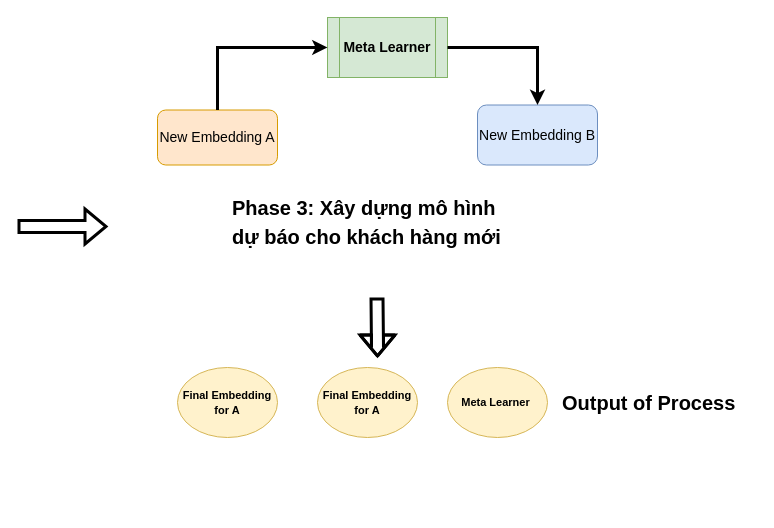
This is page "Page-3" (3 of 3) of VDT.drawio from minhkks/Mini_Project_VDT, a draw.io file, before an edit. Source tidied: cells renumbered, new cells numbered last; positions are measured from the earlier drawing's top-left corner, leaving out a move shared by most shapes. Both pictures are drawn from the tidied source at 100%, with x=0, y=0 at pixel (17, 17).
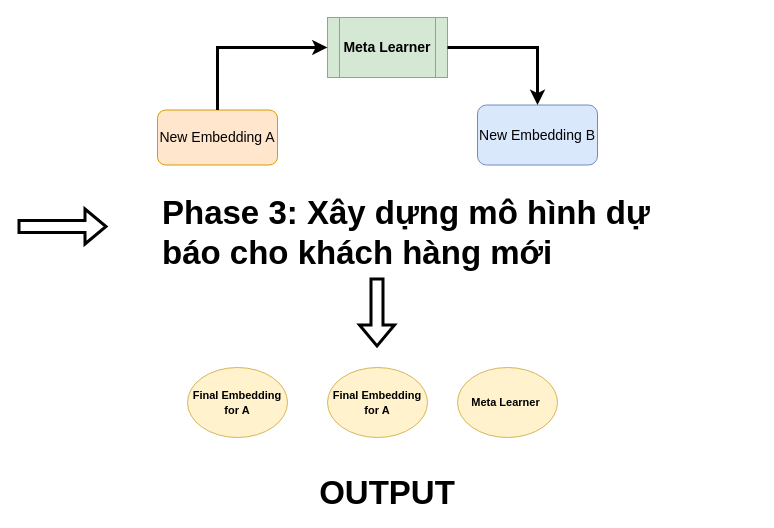
After the change.

What changed in the source:
```diff
@@
 <mxGraphModel>
   <root>
     <mxCell id="0" />
     <mxCell id="1" parent="0" />
     <mxCell id="2" style="shape=flexArrow;endArrow=classic;html=1;rounded=0;strokeWidth=3;" parent="1" edge="1">
       <mxGeometry relative="1" as="geometry">
         <mxPoint y="209" as="sourcePoint" />
         <mxPoint x="90" y="209" as="targetPoint" />
       </mxGeometry>
     </mxCell>
     <mxCell id="3" value="&lt;span style=&quot;font-size: 14px;&quot;&gt;New Embedding A&lt;/span&gt;" style="rounded=1;whiteSpace=wrap;html=1;fillColor=#ffe6cc;strokeColor=#d79b00;" parent="1" vertex="1">
       <mxGeometry x="140" y="92.5" width="120" height="55" as="geometry" />
     </mxCell>
     <mxCell id="4" value="&lt;span style=&quot;font-size: 14px;&quot;&gt;New Embedding B&lt;/span&gt;" style="rounded=1;whiteSpace=wrap;html=1;fillColor=#dae8fc;strokeColor=#6c8ebf;" parent="1" vertex="1">
       <mxGeometry x="460" y="87.5" width="120" height="60" as="geometry" />
     </mxCell>
     <mxCell id="5" value="&lt;font style=&quot;font-size: 14px;&quot;&gt;&lt;b&gt;Meta Learner&lt;/b&gt;&lt;/font&gt;" style="shape=process;whiteSpace=wrap;html=1;backgroundOutline=1;fillColor=#d5e8d4;strokeColor=#82b366;" parent="1" vertex="1">
       <mxGeometry x="310" width="120" height="60" as="geometry" />
     </mxCell>
     <mxCell id="6" style="endArrow=classic;html=1;rounded=0;exitX=0.5;exitY=0;exitDx=0;exitDy=0;entryX=0;entryY=0.5;entryDx=0;entryDy=0;strokeWidth=3;" parent="1" edge="1" source="3" target="5">
       <mxGeometry relative="1" as="geometry">
         <Array as="points">
           <mxPoint x="200" y="30" />
         </Array>
       </mxGeometry>
     </mxCell>
     <mxCell id="7" style="endArrow=classic;html=1;rounded=0;entryX=0.5;entryY=0;entryDx=0;entryDy=0;strokeWidth=3;exitX=1;exitY=0.5;exitDx=0;exitDy=0;" parent="1" edge="1" source="5" target="4">
       <mxGeometry relative="1" as="geometry">
         <Array as="points">
           <mxPoint x="520" y="30" />
         </Array>
       </mxGeometry>
     </mxCell>
-    <mxCell id="8" value="&lt;h1&gt;&lt;span style=&quot;font-size: 20px;&quot;&gt;Phase 3: Xây dựng mô hình dự báo cho khách hàng mới&lt;/span&gt;&lt;/h1&gt;" style="text;html=1;strokeColor=none;fillColor=none;spacing=5;spacingTop=-20;whiteSpace=wrap;overflow=hidden;rounded=0;" parent="1" vertex="1">
-      <mxGeometry x="210" y="170" width="280" height="70" as="geometry" />
+    <mxCell id="8" value="&lt;h1&gt;&lt;font style=&quot;font-size: 33px;&quot;&gt;Phase 3: Xây dựng mô hình dự báo cho khách hàng mới&lt;/font&gt;&lt;/h1&gt;" style="text;html=1;strokeColor=none;fillColor=none;spacing=5;spacingTop=-20;whiteSpace=wrap;overflow=hidden;rounded=0;" parent="1" vertex="1">
+      <mxGeometry x="140" y="170" width="560" height="100" as="geometry" />
     </mxCell>
-    <mxCell id="9" style="shape=flexArrow;endArrow=classic;html=1;rounded=0;strokeWidth=3;" parent="1" edge="1">
-      <mxGeometry relative="1" as="geometry">
-        <mxPoint x="359.5" y="280" as="sourcePoint" />
-        <mxPoint x="360" y="340" as="targetPoint" />
-        <Array as="points">
-          <mxPoint x="360" y="330" />
-        </Array>
-      </mxGeometry>
-    </mxCell>
     <mxCell id="10" value="&lt;font size=&quot;1&quot; style=&quot;&quot;&gt;&lt;b style=&quot;font-size: 11px;&quot;&gt;Final Embedding for A&lt;/b&gt;&lt;/font&gt;" style="ellipse;whiteSpace=wrap;html=1;fillColor=#fff2cc;strokeColor=#d6b656;" parent="1" vertex="1">
-      <mxGeometry x="160" y="350" width="100" height="70" as="geometry" />
+      <mxGeometry x="170" y="350" width="100" height="70" as="geometry" />
     </mxCell>
     <mxCell id="11" value="&lt;font size=&quot;1&quot; style=&quot;&quot;&gt;&lt;b style=&quot;font-size: 11px;&quot;&gt;Final Embedding for A&lt;/b&gt;&lt;/font&gt;" style="ellipse;whiteSpace=wrap;html=1;fillColor=#fff2cc;strokeColor=#d6b656;" parent="1" vertex="1">
-      <mxGeometry x="300" y="350" width="100" height="70" as="geometry" />
+      <mxGeometry x="310" y="350" width="100" height="70" as="geometry" />
     </mxCell>
     <mxCell id="12" value="&lt;font size=&quot;1&quot; style=&quot;&quot;&gt;&lt;b style=&quot;font-size: 11px;&quot;&gt;Meta Learner&amp;nbsp;&lt;/b&gt;&lt;/font&gt;" style="ellipse;whiteSpace=wrap;html=1;fillColor=#fff2cc;strokeColor=#d6b656;" parent="1" vertex="1">
-      <mxGeometry x="430" y="350" width="100" height="70" as="geometry" />
+      <mxGeometry x="440" y="350" width="100" height="70" as="geometry" />
     </mxCell>
-    <mxCell id="13" value="&lt;h1&gt;&lt;span style=&quot;font-size: 20px;&quot;&gt;Output of Process&lt;/span&gt;&lt;/h1&gt;" style="text;html=1;strokeColor=none;fillColor=none;spacing=5;spacingTop=-20;whiteSpace=wrap;overflow=hidden;rounded=0;" parent="1" vertex="1">
-      <mxGeometry x="540" y="365" width="200" height="40" as="geometry" />
+    <mxCell id="13" value="&lt;h1&gt;&lt;font style=&quot;font-size: 33px;&quot;&gt;OUTPUT&lt;/font&gt;&lt;/h1&gt;" style="text;html=1;strokeColor=none;fillColor=none;spacing=5;spacingTop=-20;whiteSpace=wrap;overflow=hidden;rounded=0;align=center;" parent="1" vertex="1">
+      <mxGeometry x="220" y="450" width="300" height="40" as="geometry" />
     </mxCell>
+    <mxCell id="14" style="shape=flexArrow;endArrow=classic;html=1;rounded=0;strokeWidth=3;entryX=0.3;entryY=0;entryDx=0;entryDy=0;entryPerimeter=0;" parent="1" edge="1">
+      <mxGeometry relative="1" as="geometry">
+        <mxPoint x="359.5" y="260" as="sourcePoint" />
+        <mxPoint x="359.5" y="330" as="targetPoint" />
+      </mxGeometry>
+    </mxCell>
   </root>
 </mxGraphModel>
```
